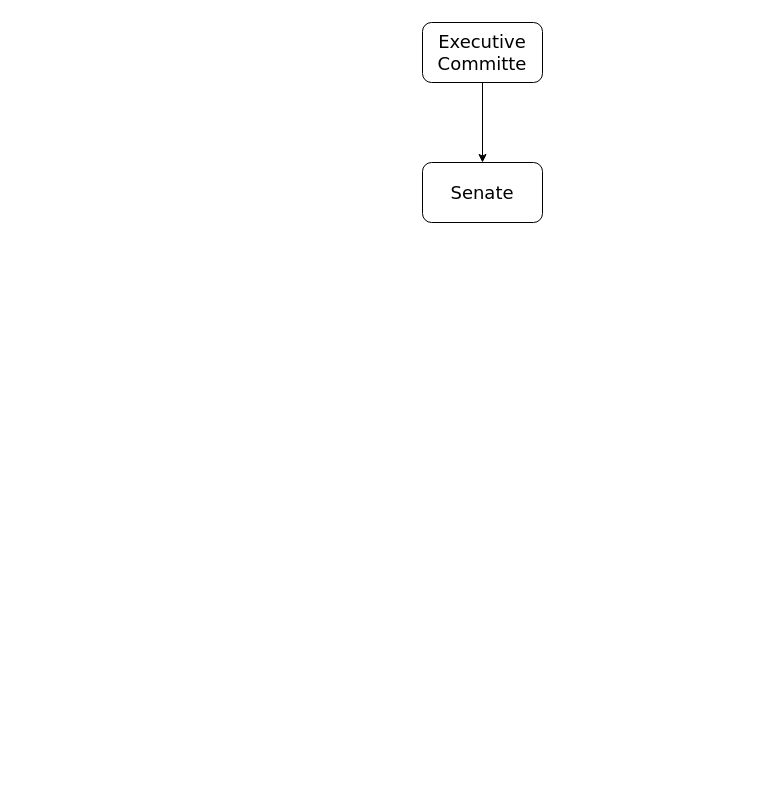
Earlier version of the draw.io diagram Richmond Org Chart.drawio (Document-cat/Draw.io). Source tidied: cells renumbered, new cells numbered last; positions are measured from the earlier drawing's top-left corner, leaving out a move shared by most shapes. Both pictures are drawn from the tidied source at 100%, with x=0, y=0 at pixel (422, 22).
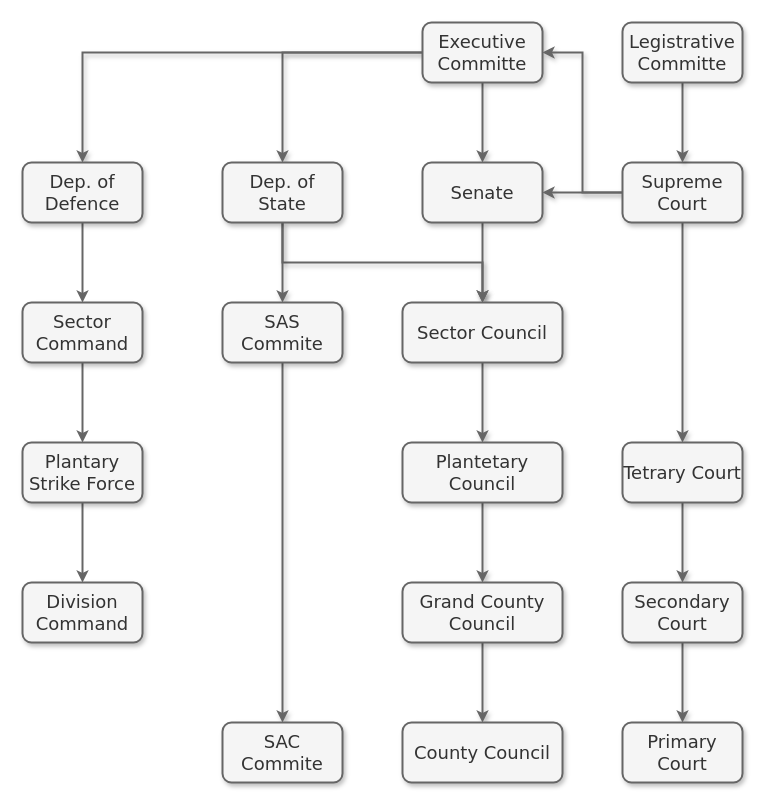
The same page after the edit.

Diff of the diagram source:
```diff
@@
-    <mxCell id="2" style="edgeStyle=orthogonalEdgeStyle;rounded=0;jettySize=auto;html=1;" parent="1" edge="1" source="3" target="4">
+    <mxCell id="2" style="edgeStyle=orthogonalEdgeStyle;rounded=0;jettySize=auto;html=1;fillColor=#f5f5f5;strokeColor=#666666;shadow=1;strokeWidth=2;" parent="1" edge="1" source="3" target="4">
       <mxGeometry relative="1" as="geometry" />
     </mxCell>
+    <mxCell id="5" style="edgeStyle=orthogonalEdgeStyle;rounded=0;jettySize=auto;html=1;fillColor=#f5f5f5;strokeColor=#666666;shadow=1;strokeWidth=2;" parent="1" edge="1" source="3" target="18">
+      <mxGeometry relative="1" as="geometry" />
+    </mxCell>
+    <mxCell id="6" style="edgeStyle=orthogonalEdgeStyle;rounded=0;jettySize=auto;html=1;shadow=1;strokeWidth=2;strokeColor=#666666;" parent="1" edge="1" source="3" target="33">
+      <mxGeometry relative="1" as="geometry" />
+    </mxCell>
-    <mxCell id="3" value="Executive Committe" style="rounded=1;whiteSpace=wrap;html=1;fontSize=18;fontFamily=Verdana;" parent="1" vertex="1">
+    <mxCell id="3" value="Executive Committe" style="rounded=1;whiteSpace=wrap;html=1;fontSize=18;fontFamily=Verdana;fillColor=#f5f5f5;strokeColor=#666666;shadow=1;fontColor=#333333;strokeWidth=2;" parent="1" vertex="1">
       <mxGeometry width="120" height="60" as="geometry" />
     </mxCell>
+    <mxCell id="7" style="edgeStyle=orthogonalEdgeStyle;rounded=0;jettySize=auto;html=1;fillColor=#f5f5f5;strokeColor=#666666;shadow=1;strokeWidth=2;" parent="1" edge="1" source="4" target="20">
+      <mxGeometry relative="1" as="geometry" />
+    </mxCell>
-    <mxCell id="4" value="Senate" style="rounded=1;whiteSpace=wrap;html=1;fontSize=18;fontFamily=Verdana;" parent="1" vertex="1">
+    <mxCell id="4" value="Senate" style="rounded=1;whiteSpace=wrap;html=1;fontSize=18;fontFamily=Verdana;fillColor=#f5f5f5;strokeColor=#666666;shadow=1;fontColor=#333333;strokeWidth=2;" parent="1" vertex="1">
       <mxGeometry y="140" width="120" height="60" as="geometry" />
     </mxCell>
+    <mxCell id="8" style="edgeStyle=orthogonalEdgeStyle;rounded=0;jettySize=auto;html=1;entryX=1;entryY=0.5;entryDx=0;entryDy=0;fillColor=#f5f5f5;strokeColor=#666666;shadow=1;strokeWidth=2;" parent="1" edge="1" source="11" target="4">
+      <mxGeometry relative="1" as="geometry" />
+    </mxCell>
+    <mxCell id="9" style="edgeStyle=orthogonalEdgeStyle;rounded=0;jettySize=auto;html=1;fillColor=#f5f5f5;strokeColor=#666666;shadow=1;strokeWidth=2;" parent="1" edge="1" source="11" target="13">
+      <mxGeometry relative="1" as="geometry" />
+    </mxCell>
+    <mxCell id="10" style="edgeStyle=orthogonalEdgeStyle;rounded=0;jettySize=auto;html=1;entryX=1;entryY=0.5;entryDx=0;entryDy=0;fillColor=#f5f5f5;strokeColor=#666666;shadow=1;strokeWidth=2;" parent="1" edge="1" source="11" target="3">
+      <mxGeometry relative="1" as="geometry" />
+    </mxCell>
+    <mxCell id="11" value="Supreme Court" style="rounded=1;whiteSpace=wrap;html=1;fontSize=18;fontFamily=Verdana;fillColor=#f5f5f5;strokeColor=#666666;shadow=1;fontColor=#333333;strokeWidth=2;" parent="1" vertex="1">
+      <mxGeometry x="200" y="140" width="120" height="60" as="geometry" />
+    </mxCell>
+    <mxCell id="12" style="edgeStyle=orthogonalEdgeStyle;rounded=0;jettySize=auto;html=1;fillColor=#f5f5f5;strokeColor=#666666;shadow=1;strokeWidth=2;" parent="1" edge="1" source="13" target="30">
+      <mxGeometry relative="1" as="geometry" />
+    </mxCell>
+    <mxCell id="13" value="Tetrary Court" style="rounded=1;whiteSpace=wrap;html=1;fontSize=18;fontFamily=Verdana;fillColor=#f5f5f5;strokeColor=#666666;shadow=1;fontColor=#333333;strokeWidth=2;" parent="1" vertex="1">
+      <mxGeometry x="200" y="420" width="120" height="60" as="geometry" />
+    </mxCell>
+    <mxCell id="14" style="edgeStyle=orthogonalEdgeStyle;rounded=0;jettySize=auto;html=1;fillColor=#f5f5f5;strokeColor=#666666;shadow=1;strokeWidth=2;" parent="1" edge="1" source="15" target="11">
+      <mxGeometry relative="1" as="geometry" />
+    </mxCell>
+    <mxCell id="15" value="Legistrative Committe" style="rounded=1;whiteSpace=wrap;html=1;fontSize=18;fontFamily=Verdana;fillColor=#f5f5f5;strokeColor=#666666;shadow=1;fontColor=#333333;strokeWidth=2;" parent="1" vertex="1">
+      <mxGeometry x="200" width="120" height="60" as="geometry" />
+    </mxCell>
+    <mxCell id="16" style="edgeStyle=orthogonalEdgeStyle;rounded=0;jettySize=auto;html=1;fillColor=#f5f5f5;strokeColor=#666666;shadow=1;strokeWidth=2;" parent="1" edge="1" source="18" target="20">
+      <mxGeometry relative="1" as="geometry">
+        <Array as="points">
+          <mxPoint x="-140" y="240" />
+          <mxPoint x="60" y="240" />
+        </Array>
+      </mxGeometry>
+    </mxCell>
+    <mxCell id="17" style="edgeStyle=orthogonalEdgeStyle;rounded=0;jettySize=auto;html=1;fillColor=#f5f5f5;strokeColor=#666666;shadow=1;strokeWidth=2;" parent="1" edge="1" source="18" target="27">
+      <mxGeometry relative="1" as="geometry" />
+    </mxCell>
+    <mxCell id="18" value="Dep. of State" style="rounded=1;whiteSpace=wrap;html=1;fontSize=18;fontFamily=Verdana;fillColor=#f5f5f5;strokeColor=#666666;shadow=1;fontColor=#333333;strokeWidth=2;" parent="1" vertex="1">
+      <mxGeometry x="-200" y="140" width="120" height="60" as="geometry" />
+    </mxCell>
+    <mxCell id="19" style="edgeStyle=orthogonalEdgeStyle;rounded=0;jettySize=auto;html=1;fillColor=#f5f5f5;strokeColor=#666666;shadow=1;strokeWidth=2;" parent="1" edge="1" source="20" target="22">
+      <mxGeometry relative="1" as="geometry" />
+    </mxCell>
+    <mxCell id="20" value="Sector Council" style="rounded=1;whiteSpace=wrap;html=1;fontSize=18;fontFamily=Verdana;fillColor=#f5f5f5;strokeColor=#666666;shadow=1;fontColor=#333333;strokeWidth=2;" parent="1" vertex="1">
+      <mxGeometry x="-20" y="280" width="160" height="60" as="geometry" />
+    </mxCell>
+    <mxCell id="21" style="edgeStyle=orthogonalEdgeStyle;rounded=0;jettySize=auto;html=1;fillColor=#f5f5f5;strokeColor=#666666;shadow=1;strokeWidth=2;" parent="1" edge="1" source="22" target="24">
+      <mxGeometry relative="1" as="geometry" />
+    </mxCell>
+    <mxCell id="22" value="Plantetary Council" style="rounded=1;whiteSpace=wrap;html=1;fontSize=18;fontFamily=Verdana;fillColor=#f5f5f5;strokeColor=#666666;shadow=1;fontColor=#333333;strokeWidth=2;" parent="1" vertex="1">
+      <mxGeometry x="-20" y="420" width="160" height="60" as="geometry" />
+    </mxCell>
+    <mxCell id="23" style="edgeStyle=orthogonalEdgeStyle;rounded=0;jettySize=auto;html=1;fillColor=#f5f5f5;strokeColor=#666666;shadow=1;strokeWidth=2;" parent="1" edge="1" source="24" target="25">
+      <mxGeometry relative="1" as="geometry" />
+    </mxCell>
+    <mxCell id="24" value="Grand County Council" style="rounded=1;whiteSpace=wrap;html=1;fontSize=18;fontFamily=Verdana;fillColor=#f5f5f5;strokeColor=#666666;shadow=1;fontColor=#333333;strokeWidth=2;" parent="1" vertex="1">
+      <mxGeometry x="-20" y="560" width="160" height="60" as="geometry" />
+    </mxCell>
+    <mxCell id="25" value="County Council" style="rounded=1;whiteSpace=wrap;html=1;fontSize=18;fontFamily=Verdana;fillColor=#f5f5f5;strokeColor=#666666;shadow=1;fontColor=#333333;strokeWidth=2;" parent="1" vertex="1">
+      <mxGeometry x="-20" y="700" width="160" height="60" as="geometry" />
+    </mxCell>
+    <mxCell id="26" style="edgeStyle=orthogonalEdgeStyle;rounded=0;jettySize=auto;html=1;fillColor=#f5f5f5;strokeColor=#666666;shadow=1;strokeWidth=2;" parent="1" edge="1" source="27" target="28">
+      <mxGeometry relative="1" as="geometry" />
+    </mxCell>
+    <mxCell id="27" value="SAS Commite" style="rounded=1;whiteSpace=wrap;html=1;fontSize=18;fontFamily=Verdana;fillColor=#f5f5f5;strokeColor=#666666;shadow=1;fontColor=#333333;strokeWidth=2;" parent="1" vertex="1">
+      <mxGeometry x="-200" y="280" width="120" height="60" as="geometry" />
+    </mxCell>
+    <mxCell id="28" value="SAC Commite" style="rounded=1;whiteSpace=wrap;html=1;fontSize=18;fontFamily=Verdana;fillColor=#f5f5f5;strokeColor=#666666;shadow=1;fontColor=#333333;strokeWidth=2;" parent="1" vertex="1">
+      <mxGeometry x="-200" y="700" width="120" height="60" as="geometry" />
+    </mxCell>
+    <mxCell id="29" style="edgeStyle=orthogonalEdgeStyle;rounded=0;jettySize=auto;html=1;fillColor=#f5f5f5;strokeColor=#666666;shadow=1;strokeWidth=2;" parent="1" edge="1" source="30" target="31">
+      <mxGeometry relative="1" as="geometry" />
+    </mxCell>
+    <mxCell id="30" value="Secondary Court" style="rounded=1;whiteSpace=wrap;html=1;fontSize=18;fontFamily=Verdana;fillColor=#f5f5f5;strokeColor=#666666;shadow=1;fontColor=#333333;strokeWidth=2;" parent="1" vertex="1">
+      <mxGeometry x="200" y="560" width="120" height="60" as="geometry" />
+    </mxCell>
+    <mxCell id="31" value="Primary Court" style="rounded=1;whiteSpace=wrap;html=1;fontSize=18;fontFamily=Verdana;fillColor=#f5f5f5;strokeColor=#666666;shadow=1;fontColor=#333333;strokeWidth=2;" parent="1" vertex="1">
+      <mxGeometry x="200" y="700" width="120" height="60" as="geometry" />
+    </mxCell>
+    <mxCell id="32" style="edgeStyle=orthogonalEdgeStyle;rounded=0;jettySize=auto;html=1;strokeWidth=2;strokeColor=#666666;" parent="1" edge="1" source="33" target="35">
+      <mxGeometry relative="1" as="geometry" />
+    </mxCell>
+    <mxCell id="33" value="Dep. of Defence" style="rounded=1;whiteSpace=wrap;html=1;fontSize=18;fontFamily=Verdana;fillColor=#f5f5f5;strokeColor=#666666;shadow=1;fontColor=#333333;strokeWidth=2;" parent="1" vertex="1">
+      <mxGeometry x="-400" y="140" width="120" height="60" as="geometry" />
+    </mxCell>
+    <mxCell id="34" style="edgeStyle=orthogonalEdgeStyle;rounded=0;jettySize=auto;html=1;strokeWidth=2;strokeColor=#666666;" parent="1" edge="1" source="35" target="37">
+      <mxGeometry relative="1" as="geometry" />
+    </mxCell>
+    <mxCell id="35" value="Sector Command" style="rounded=1;whiteSpace=wrap;html=1;fontSize=18;fontFamily=Verdana;fillColor=#f5f5f5;strokeColor=#666666;shadow=1;fontColor=#333333;strokeWidth=2;" parent="1" vertex="1">
+      <mxGeometry x="-400" y="280" width="120" height="60" as="geometry" />
+    </mxCell>
+    <mxCell id="36" style="edgeStyle=orthogonalEdgeStyle;rounded=0;jettySize=auto;html=1;strokeWidth=2;strokeColor=#666666;" parent="1" edge="1" source="37" target="38">
+      <mxGeometry relative="1" as="geometry" />
+    </mxCell>
+    <mxCell id="37" value="Plantary Strike Force" style="rounded=1;whiteSpace=wrap;html=1;fontSize=18;fontFamily=Verdana;fillColor=#f5f5f5;strokeColor=#666666;shadow=1;fontColor=#333333;strokeWidth=2;" parent="1" vertex="1">
+      <mxGeometry x="-400" y="420" width="120" height="60" as="geometry" />
+    </mxCell>
+    <mxCell id="38" value="Division Command" style="rounded=1;whiteSpace=wrap;html=1;fontSize=18;fontFamily=Verdana;fillColor=#f5f5f5;strokeColor=#666666;shadow=1;fontColor=#333333;strokeWidth=2;" parent="1" vertex="1">
+      <mxGeometry x="-400" y="560" width="120" height="60" as="geometry" />
+    </mxCell>
```
